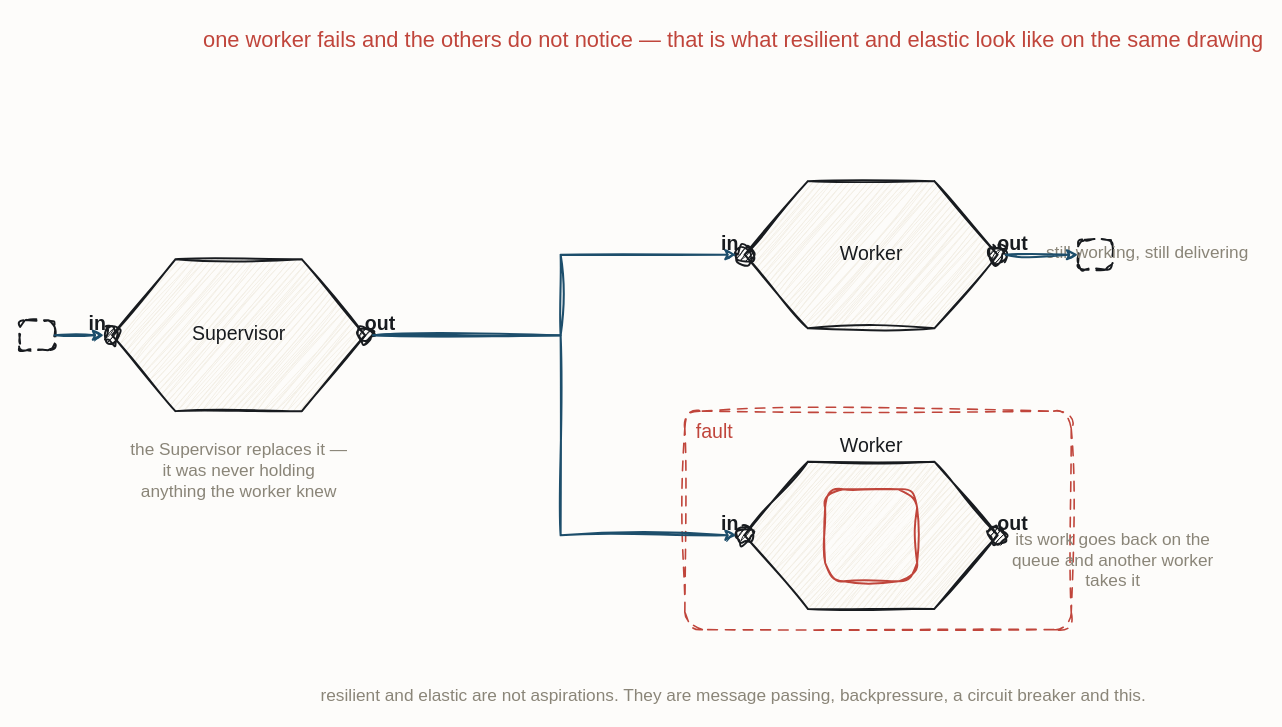
The draw.io diagram resources/flow-scale-out-fault.drawio in iancooper/practical-messaging, before the edit. Source tidied: cells renumbered, new cells numbered last; positions are measured from the earlier drawing's top-left corner, leaving out a move shared by most shapes. Both pictures are drawn from the tidied source at 115%, with x=0, y=0 at pixel (20, 20).
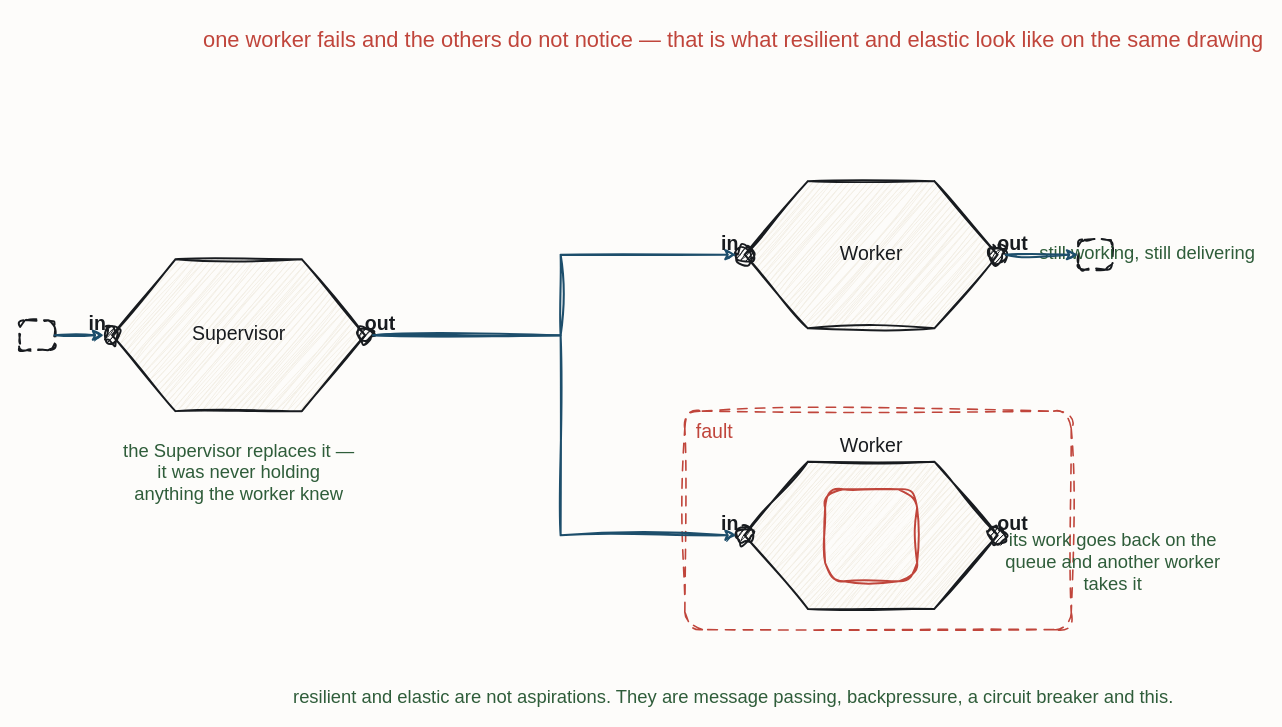
The same page after the edit.

What changed in the source:
```diff
@@
-    <mxCell id="23" value="still working, still delivering" style="text;html=1;align=center;fontFamily=Caveat;fontSize=15;fontColor=#8A8578;" parent="1" vertex="1">
+    <mxCell id="23" value="still working, still delivering" style="text;html=1;align=center;fontFamily=Caveat;fontSize=16;fontColor=#2F5D3A;" parent="1" vertex="1">
       <mxGeometry x="920" y="186" width="120" height="20" as="geometry" />
     </mxCell>
-    <mxCell id="24" value="its work goes back on the&#10;queue and another worker&#10;takes it" style="text;html=1;align=center;fontFamily=Caveat;fontSize=15;fontColor=#8A8578;" parent="1" vertex="1">
+    <mxCell id="24" value="its work goes back on the&#10;queue and another worker&#10;takes it" style="text;html=1;align=center;fontFamily=Caveat;fontSize=16;fontColor=#2F5D3A;" parent="1" vertex="1">
       <mxGeometry x="890" y="436" width="120" height="20" as="geometry" />
     </mxCell>
-    <mxCell id="25" value="the Supervisor replaces it —&#10;it was never holding&#10;anything the worker knew" style="text;html=1;align=center;fontFamily=Caveat;fontSize=15;fontColor=#8A8578;" parent="1" vertex="1">
+    <mxCell id="25" value="the Supervisor replaces it —&#10;it was never holding&#10;anything the worker knew" style="text;html=1;align=center;fontFamily=Caveat;fontSize=16;fontColor=#2F5D3A;" parent="1" vertex="1">
       <mxGeometry x="130" y="358" width="120" height="20" as="geometry" />
     </mxCell>
-    <mxCell id="26" value="resilient and elastic are not aspirations. They are message passing, backpressure, a circuit breaker and this." style="text;html=1;align=center;fontFamily=Caveat;fontSize=15;fontColor=#8A8578;" parent="1" vertex="1">
+    <mxCell id="26" value="resilient and elastic are not aspirations. They are message passing, backpressure, a circuit breaker and this." style="text;html=1;align=center;fontFamily=Caveat;fontSize=16;fontColor=#2F5D3A;" parent="1" vertex="1">
       <mxGeometry x="560" y="572" width="120" height="20" as="geometry" />
     </mxCell>
```
